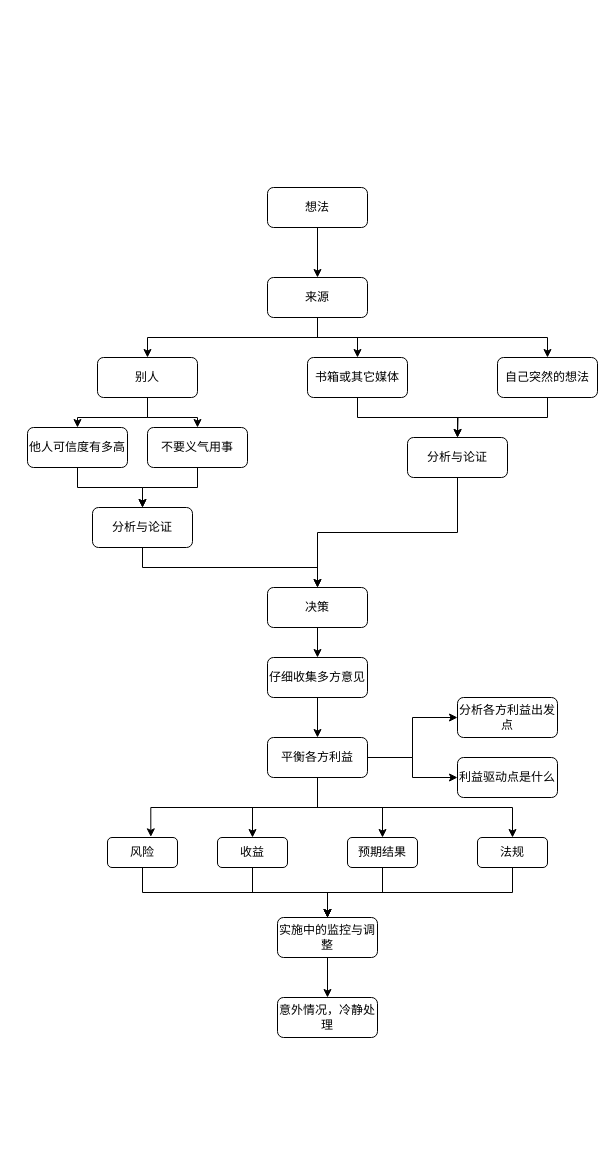
This is decision_making.drawio from Chenguoqing2008/drawio, a draw.io file, before an edit. Source tidied: cells renumbered, new cells numbered last; positions are measured from the earlier drawing's top-left corner, leaving out a move shared by most shapes. Both pictures are drawn from the tidied source at 100%, with x=0, y=0 at pixel (27, 187).
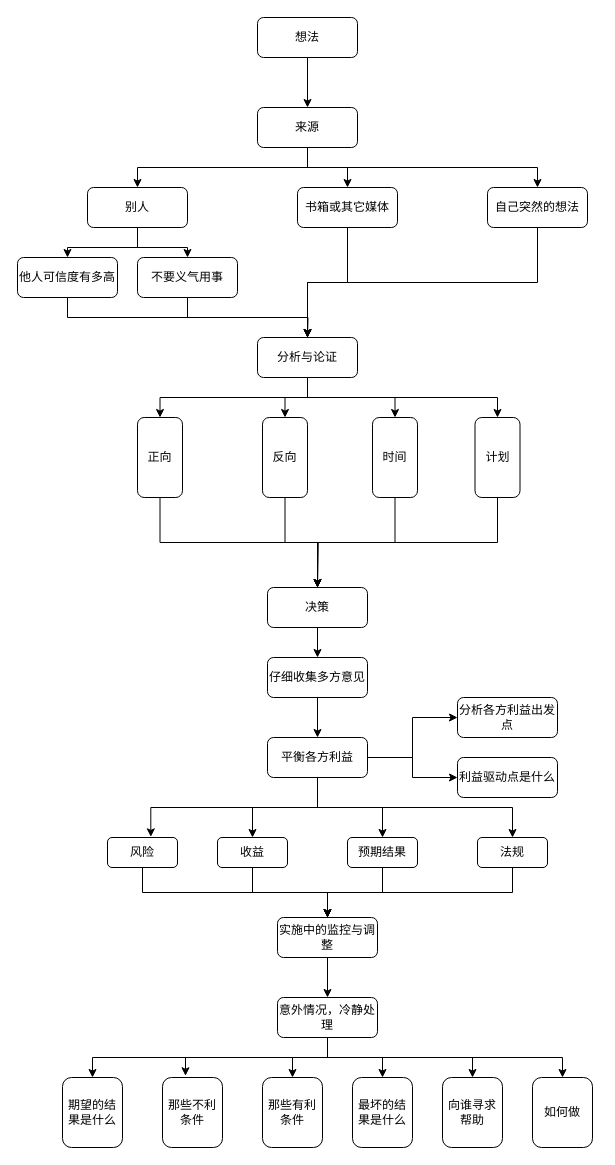
The same diagram, later.

The change refers to these unchanged cells:
```xml
<mxCell id="3" value="决策" style="rounded=1;whiteSpace=wrap;html=1;" parent="1" vertex="1">
  <mxGeometry x="240" y="400" width="100" height="40" as="geometry" />
</mxCell>
<mxCell id="5" value="仔细收集多方意见" style="rounded=1;whiteSpace=wrap;html=1;" parent="1" vertex="1">
  <mxGeometry x="240" y="470" width="100" height="40" as="geometry" />
</mxCell>
<mxCell id="12" value="平衡各方利益" style="rounded=1;whiteSpace=wrap;html=1;" parent="1" vertex="1">
  <mxGeometry x="240" y="550" width="100" height="40" as="geometry" />
</mxCell>
<mxCell id="46" value="意外情况，冷静处理" style="rounded=1;whiteSpace=wrap;html=1;" parent="1" vertex="1">
  <mxGeometry x="250" y="810" width="100" height="40" as="geometry" />
</mxCell>
```

Change to the diagram source:
```diff
@@
-    <mxCell id="4" style="edgeStyle=orthogonalEdgeStyle;rounded=0;jettySize=auto;html=1;exitX=0.5;exitY=1;exitDx=0;exitDy=0;entryX=0.5;entryY=0;entryDx=0;entryDy=0;" parent="1" edge="1" source="5" target="12">
+    <mxCell id="4" style="edgeStyle=orthogonalEdgeStyle;rounded=0;jettySize=auto;html=1;entryX=0.5;entryY=0;entryDx=0;entryDy=0;" parent="1" edge="1" source="5" target="12">
       <mxGeometry relative="1" as="geometry" />
     </mxCell>
@@
     <mxCell id="26" value="想法" style="rounded=1;whiteSpace=wrap;html=1;" parent="1" vertex="1">
-      <mxGeometry x="240" width="100" height="40" as="geometry" />
+      <mxGeometry x="230" y="-170" width="100" height="40" as="geometry" />
     </mxCell>
@@
     <mxCell id="30" value="来源" style="rounded=1;whiteSpace=wrap;html=1;" parent="1" vertex="1">
-      <mxGeometry x="240" y="90" width="100" height="40" as="geometry" />
+      <mxGeometry x="230" y="-80" width="100" height="40" as="geometry" />
     </mxCell>
@@
     <mxCell id="33" value="别人" style="rounded=1;whiteSpace=wrap;html=1;" parent="1" vertex="1">
-      <mxGeometry x="70" y="170" width="100" height="40" as="geometry" />
+      <mxGeometry x="60" width="100" height="40" as="geometry" />
     </mxCell>
-    <mxCell id="34" style="edgeStyle=orthogonalEdgeStyle;rounded=0;jettySize=auto;html=1;exitX=0.5;exitY=1;exitDx=0;exitDy=0;entryX=0.5;entryY=0;entryDx=0;entryDy=0;align=center;" parent="1" edge="1" source="35" target="45">
-      <mxGeometry relative="1" as="geometry" />
-    </mxCell>
+    <mxCell id="47" style="edgeStyle=orthogonalEdgeStyle;rounded=0;jettySize=auto;html=1;exitX=0.5;exitY=1;exitDx=0;exitDy=0;entryX=0.5;entryY=0;entryDx=0;entryDy=0;" parent="1" edge="1" source="35" target="41">
+      <mxGeometry relative="1" as="geometry" />
+    </mxCell>
     <mxCell id="35" value="他人可信度有多高" style="rounded=1;whiteSpace=wrap;html=1;" parent="1" vertex="1">
-      <mxGeometry y="240" width="100" height="40" as="geometry" />
+      <mxGeometry x="-10" y="70" width="100" height="40" as="geometry" />
     </mxCell>
-    <mxCell id="36" style="edgeStyle=orthogonalEdgeStyle;rounded=0;jettySize=auto;html=1;exitX=0.5;exitY=1;exitDx=0;exitDy=0;entryX=0.5;entryY=0;entryDx=0;entryDy=0;align=center;" parent="1" edge="1" source="37" target="45">
-      <mxGeometry relative="1" as="geometry" />
-    </mxCell>
+    <mxCell id="48" style="edgeStyle=orthogonalEdgeStyle;rounded=0;jettySize=auto;html=1;exitX=0.5;exitY=1;exitDx=0;exitDy=0;" parent="1" edge="1" source="37">
+      <mxGeometry relative="1" as="geometry">
+        <mxPoint x="280" y="150" as="targetPoint" />
+      </mxGeometry>
+    </mxCell>
     <mxCell id="37" value="不要义气用事" style="rounded=1;whiteSpace=wrap;html=1;" parent="1" vertex="1">
-      <mxGeometry x="120" y="240" width="100" height="40" as="geometry" />
+      <mxGeometry x="110" y="70" width="100" height="40" as="geometry" />
     </mxCell>
-    <mxCell id="38" style="edgeStyle=orthogonalEdgeStyle;rounded=0;jettySize=auto;html=1;exitX=0.5;exitY=1;exitDx=0;exitDy=0;align=center;" parent="1" edge="1" source="39">
-      <mxGeometry relative="1" as="geometry">
-        <mxPoint x="430" y="250" as="targetPoint" />
-      </mxGeometry>
-    </mxCell>
+    <mxCell id="49" style="edgeStyle=orthogonalEdgeStyle;rounded=0;jettySize=auto;html=1;exitX=0.5;exitY=1;exitDx=0;exitDy=0;entryX=0.5;entryY=0;entryDx=0;entryDy=0;" parent="1" edge="1" source="39" target="41">
+      <mxGeometry relative="1" as="geometry" />
+    </mxCell>
     <mxCell id="39" value="书箱或其它媒体" style="rounded=1;whiteSpace=wrap;html=1;" parent="1" vertex="1">
-      <mxGeometry x="280" y="170" width="100" height="40" as="geometry" />
+      <mxGeometry x="270" width="100" height="40" as="geometry" />
     </mxCell>
-    <mxCell id="40" style="edgeStyle=orthogonalEdgeStyle;rounded=0;jettySize=auto;html=1;exitX=0.5;exitY=1;exitDx=0;exitDy=0;entryX=0.5;entryY=0;entryDx=0;entryDy=0;align=center;" parent="1" edge="1" source="41" target="3">
-      <mxGeometry relative="1" as="geometry" />
-    </mxCell>
+    <mxCell id="50" style="edgeStyle=orthogonalEdgeStyle;rounded=0;jettySize=auto;html=1;exitX=0.5;exitY=1;exitDx=0;exitDy=0;entryX=0.5;entryY=0;entryDx=0;entryDy=0;" parent="1" edge="1" source="41" target="61">
+      <mxGeometry relative="1" as="geometry" />
+    </mxCell>
+    <mxCell id="51" style="edgeStyle=orthogonalEdgeStyle;rounded=0;jettySize=auto;html=1;exitX=0.5;exitY=1;exitDx=0;exitDy=0;entryX=0.5;entryY=0;entryDx=0;entryDy=0;" parent="1" edge="1" source="41" target="63">
+      <mxGeometry relative="1" as="geometry" />
+    </mxCell>
+    <mxCell id="52" style="edgeStyle=orthogonalEdgeStyle;rounded=0;jettySize=auto;html=1;exitX=0.5;exitY=1;exitDx=0;exitDy=0;entryX=0.5;entryY=0;entryDx=0;entryDy=0;" parent="1" edge="1" source="41" target="65">
+      <mxGeometry relative="1" as="geometry" />
+    </mxCell>
+    <mxCell id="53" style="edgeStyle=orthogonalEdgeStyle;rounded=0;jettySize=auto;html=1;exitX=0.5;exitY=1;exitDx=0;exitDy=0;entryX=0.5;entryY=0;entryDx=0;entryDy=0;" parent="1" edge="1" source="41" target="67">
+      <mxGeometry relative="1" as="geometry" />
+    </mxCell>
     <mxCell id="41" value="分析与论证" style="rounded=1;whiteSpace=wrap;html=1;" parent="1" vertex="1">
-      <mxGeometry x="380" y="250" width="100" height="40" as="geometry" />
+      <mxGeometry x="230" y="150" width="100" height="40" as="geometry" />
     </mxCell>
-    <mxCell id="42" style="edgeStyle=orthogonalEdgeStyle;rounded=0;jettySize=auto;html=1;exitX=0.5;exitY=1;exitDx=0;exitDy=0;entryX=0.5;entryY=0;entryDx=0;entryDy=0;align=center;" parent="1" edge="1" source="43" target="41">
+    <mxCell id="42" style="edgeStyle=orthogonalEdgeStyle;rounded=0;jettySize=auto;html=1;exitX=0.5;exitY=1;exitDx=0;exitDy=0;entryX=0.5;entryY=0;entryDx=0;entryDy=0;" parent="1" edge="1" source="43" target="41">
       <mxGeometry relative="1" as="geometry" />
     </mxCell>
     <mxCell id="43" value="自己突然的想法" style="rounded=1;whiteSpace=wrap;html=1;" parent="1" vertex="1">
-      <mxGeometry x="470" y="170" width="100" height="40" as="geometry" />
+      <mxGeometry x="460" width="100" height="40" as="geometry" />
     </mxCell>
-    <mxCell id="44" style="edgeStyle=orthogonalEdgeStyle;rounded=0;jettySize=auto;html=1;exitX=0.5;exitY=1;exitDx=0;exitDy=0;entryX=0.5;entryY=0;entryDx=0;entryDy=0;align=center;" parent="1" edge="1" source="45" target="3">
-      <mxGeometry relative="1" as="geometry" />
-    </mxCell>
-    <mxCell id="45" value="分析与论证" style="rounded=1;whiteSpace=wrap;html=1;" parent="1" vertex="1">
-      <mxGeometry x="65" y="320" width="100" height="40" as="geometry" />
-    </mxCell>
+    <mxCell id="54" style="edgeStyle=orthogonalEdgeStyle;rounded=0;jettySize=auto;html=1;exitX=0.5;exitY=1;exitDx=0;exitDy=0;entryX=0.5;entryY=0;entryDx=0;entryDy=0;" parent="1" edge="1" source="46" target="68">
+      <mxGeometry relative="1" as="geometry" />
+    </mxCell>
+    <mxCell id="55" style="edgeStyle=orthogonalEdgeStyle;rounded=0;jettySize=auto;html=1;exitX=0.5;exitY=1;exitDx=0;exitDy=0;entryX=0.383;entryY=-0.025;entryDx=0;entryDy=0;entryPerimeter=0;" parent="1" edge="1" source="46" target="69">
+      <mxGeometry relative="1" as="geometry" />
+    </mxCell>
+    <mxCell id="56" style="edgeStyle=orthogonalEdgeStyle;rounded=0;jettySize=auto;html=1;exitX=0.5;exitY=1;exitDx=0;exitDy=0;entryX=0.5;entryY=0;entryDx=0;entryDy=0;" parent="1" edge="1" source="46" target="70">
+      <mxGeometry relative="1" as="geometry" />
+    </mxCell>
+    <mxCell id="57" style="edgeStyle=orthogonalEdgeStyle;rounded=0;jettySize=auto;html=1;exitX=0.5;exitY=1;exitDx=0;exitDy=0;entryX=0.5;entryY=0;entryDx=0;entryDy=0;" parent="1" edge="1" source="46" target="71">
+      <mxGeometry relative="1" as="geometry" />
+    </mxCell>
+    <mxCell id="58" style="edgeStyle=orthogonalEdgeStyle;rounded=0;jettySize=auto;html=1;exitX=0.5;exitY=1;exitDx=0;exitDy=0;entryX=0.5;entryY=0;entryDx=0;entryDy=0;" parent="1" edge="1" source="46" target="72">
+      <mxGeometry relative="1" as="geometry" />
+    </mxCell>
+    <mxCell id="59" style="edgeStyle=orthogonalEdgeStyle;rounded=0;jettySize=auto;html=1;exitX=0.5;exitY=1;exitDx=0;exitDy=0;entryX=0.5;entryY=0;entryDx=0;entryDy=0;" parent="1" edge="1" source="46" target="73">
+      <mxGeometry relative="1" as="geometry" />
+    </mxCell>
@@
+    <mxCell id="60" style="edgeStyle=orthogonalEdgeStyle;rounded=0;jettySize=auto;html=1;exitX=0.5;exitY=1;exitDx=0;exitDy=0;entryX=0.5;entryY=0;entryDx=0;entryDy=0;" parent="1" edge="1" source="61" target="3">
+      <mxGeometry relative="1" as="geometry" />
+    </mxCell>
+    <mxCell id="61" value="正向" style="rounded=1;whiteSpace=wrap;html=1;" parent="1" vertex="1">
+      <mxGeometry x="110" y="230" width="45" height="80" as="geometry" />
+    </mxCell>
+    <mxCell id="62" style="edgeStyle=orthogonalEdgeStyle;rounded=0;jettySize=auto;html=1;exitX=0.5;exitY=1;exitDx=0;exitDy=0;" parent="1" edge="1" source="63">
+      <mxGeometry relative="1" as="geometry">
+        <mxPoint x="290" y="400" as="targetPoint" />
+      </mxGeometry>
+    </mxCell>
+    <mxCell id="63" value="反向" style="rounded=1;whiteSpace=wrap;html=1;" parent="1" vertex="1">
+      <mxGeometry x="235" y="230" width="45" height="80" as="geometry" />
+    </mxCell>
+    <mxCell id="64" style="edgeStyle=orthogonalEdgeStyle;rounded=0;jettySize=auto;html=1;exitX=0.5;exitY=1;exitDx=0;exitDy=0;entryX=0.5;entryY=0;entryDx=0;entryDy=0;" parent="1" edge="1" source="65" target="3">
+      <mxGeometry relative="1" as="geometry" />
+    </mxCell>
+    <mxCell id="65" value="时间" style="rounded=1;whiteSpace=wrap;html=1;" parent="1" vertex="1">
+      <mxGeometry x="345" y="230" width="45" height="80" as="geometry" />
+    </mxCell>
+    <mxCell id="66" style="edgeStyle=orthogonalEdgeStyle;rounded=0;jettySize=auto;html=1;exitX=0.5;exitY=1;exitDx=0;exitDy=0;" parent="1" edge="1" source="67">
+      <mxGeometry relative="1" as="geometry">
+        <mxPoint x="290" y="400" as="targetPoint" />
+      </mxGeometry>
+    </mxCell>
+    <mxCell id="67" value="计划" style="rounded=1;whiteSpace=wrap;html=1;" parent="1" vertex="1">
+      <mxGeometry x="447.5" y="230" width="45" height="80" as="geometry" />
+    </mxCell>
+    <mxCell id="68" value="期望的结果是什么" style="rounded=1;whiteSpace=wrap;html=1;" parent="1" vertex="1">
+      <mxGeometry x="35" y="890" width="60" height="70" as="geometry" />
+    </mxCell>
+    <mxCell id="69" value="那些不利条件" style="rounded=1;whiteSpace=wrap;html=1;" parent="1" vertex="1">
+      <mxGeometry x="135" y="890" width="60" height="70" as="geometry" />
+    </mxCell>
+    <mxCell id="70" value="那些有利条件" style="rounded=1;whiteSpace=wrap;html=1;" parent="1" vertex="1">
+      <mxGeometry x="235" y="890" width="60" height="70" as="geometry" />
+    </mxCell>
+    <mxCell id="71" value="最坏的结果是什么" style="rounded=1;whiteSpace=wrap;html=1;" parent="1" vertex="1">
+      <mxGeometry x="325" y="890" width="60" height="70" as="geometry" />
+    </mxCell>
+    <mxCell id="72" value="向谁寻求帮助" style="rounded=1;whiteSpace=wrap;html=1;" parent="1" vertex="1">
+      <mxGeometry x="415" y="890" width="60" height="70" as="geometry" />
+    </mxCell>
+    <mxCell id="73" value="如何做" style="rounded=1;whiteSpace=wrap;html=1;" parent="1" vertex="1">
+      <mxGeometry x="505" y="890" width="60" height="70" as="geometry" />
+    </mxCell>
```
